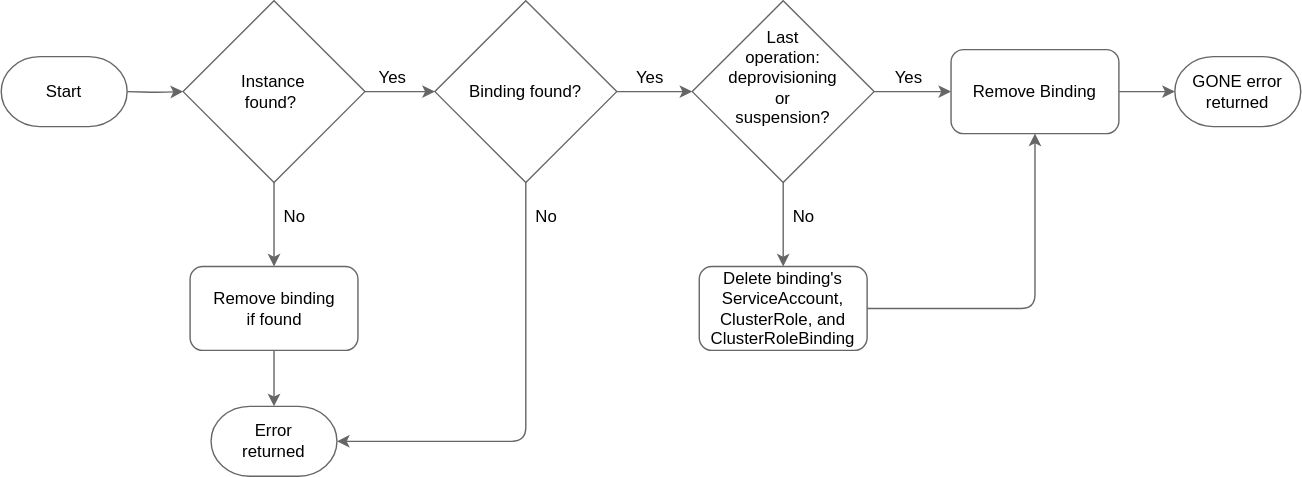
Earlier version of the draw.io export docs/assets/bindings-delete-flow.drawio.svg (ukff/kyma-environment-broker). Source tidied: cells renumbered, new cells last; positions are measured from the earlier drawing's top-left corner, leaving out a move shared by most shapes. The source it was exported from:
```xml
<mxGraphModel background="#ffffff">
  <root>
    <mxCell id="0" />
    <mxCell id="1" parent="0" />
    <mxCell id="2" style="edgeStyle=orthogonalEdgeStyle;rounded=1;jettySize=auto;html=1;entryX=0;entryY=0.5;entryDx=0;entryDy=0;curved=0;strokeColor=#666666;" parent="1" edge="1" source="4" target="14">
      <mxGeometry relative="1" as="geometry" />
    </mxCell>
    <mxCell id="3" style="edgeStyle=orthogonalEdgeStyle;rounded=1;jettySize=auto;html=1;curved=0;strokeColor=#666666;" parent="1" edge="1" source="4" target="16">
      <mxGeometry relative="1" as="geometry" />
    </mxCell>
    <mxCell id="4" style="rhombus;whiteSpace=wrap;html=1;strokeColor=#666666;fillStyle=solid;fillColor=#ffffff;" parent="1" vertex="1">
      <mxGeometry x="494" width="130" height="130" as="geometry" />
    </mxCell>
    <mxCell id="5" style="edgeStyle=orthogonalEdgeStyle;rounded=1;jettySize=auto;html=1;curved=0;strokeColor=#666666;" parent="1" edge="1" source="7" target="11">
      <mxGeometry relative="1" as="geometry" />
    </mxCell>
    <mxCell id="6" style="edgeStyle=orthogonalEdgeStyle;rounded=1;jettySize=auto;html=1;curved=0;strokeColor=#666666;" parent="1" edge="1" source="7" target="18">
      <mxGeometry relative="1" as="geometry" />
    </mxCell>
    <mxCell id="7" style="rhombus;whiteSpace=wrap;html=1;strokeColor=#666666;fillStyle=solid;fillColor=#ffffff;" parent="1" vertex="1">
      <mxGeometry x="130" width="130" height="130" as="geometry" />
    </mxCell>
    <mxCell id="8" value="Last operation:&lt;div&gt;deprovisioning or suspension?&lt;/div&gt;" style="text;html=1;align=center;verticalAlign=middle;whiteSpace=wrap;rounded=0;fontColor=#000000;" parent="1" vertex="1">
      <mxGeometry x="520.2" y="20" width="77.5" height="70" as="geometry" />
    </mxCell>
    <mxCell id="9" style="edgeStyle=orthogonalEdgeStyle;rounded=1;jettySize=auto;html=1;entryX=0;entryY=0.5;entryDx=0;entryDy=0;curved=0;strokeColor=#666666;" parent="1" edge="1" source="11" target="4">
      <mxGeometry relative="1" as="geometry" />
    </mxCell>
    <mxCell id="10" style="edgeStyle=orthogonalEdgeStyle;rounded=1;jettySize=auto;html=1;entryX=1;entryY=0.5;entryDx=0;entryDy=0;exitX=0.5;exitY=1;exitDx=0;exitDy=0;curved=0;strokeColor=#666666;entryPerimeter=0;" parent="1" edge="1" source="11" target="31">
      <mxGeometry relative="1" as="geometry" />
    </mxCell>
    <mxCell id="11" style="rhombus;whiteSpace=wrap;html=1;strokeColor=#666666;fillStyle=solid;fillColor=#ffffff;" parent="1" vertex="1">
      <mxGeometry x="310" width="130" height="130" as="geometry" />
    </mxCell>
    <mxCell id="12" style="edgeStyle=orthogonalEdgeStyle;rounded=1;jettySize=auto;html=1;entryX=0;entryY=0.5;entryDx=0;entryDy=0;curved=0;strokeColor=#666666;" parent="1" edge="1" target="7">
      <mxGeometry relative="1" as="geometry">
        <mxPoint x="90" y="65" as="sourcePoint" />
      </mxGeometry>
    </mxCell>
    <mxCell id="13" style="edgeStyle=orthogonalEdgeStyle;rounded=1;jettySize=auto;html=1;entryX=0;entryY=0.5;entryDx=0;entryDy=0;curved=0;strokeColor=#666666;" parent="1" edge="1" source="14">
      <mxGeometry relative="1" as="geometry">
        <mxPoint x="839" y="65" as="targetPoint" />
      </mxGeometry>
    </mxCell>
    <mxCell id="14" style="rounded=1;whiteSpace=wrap;html=1;strokeColor=#666666;fillStyle=solid;fillColor=#ffffff;" parent="1" vertex="1">
      <mxGeometry x="679" y="35" width="120" height="60" as="geometry" />
    </mxCell>
    <mxCell id="15" style="edgeStyle=orthogonalEdgeStyle;rounded=1;jettySize=auto;html=1;entryX=0.5;entryY=1;entryDx=0;entryDy=0;curved=0;strokeColor=#666666;" parent="1" edge="1" source="16" target="14">
      <mxGeometry relative="1" as="geometry" />
    </mxCell>
    <mxCell id="16" style="rounded=1;whiteSpace=wrap;html=1;strokeColor=#666666;fillStyle=solid;fillColor=#ffffff;" parent="1" vertex="1">
      <mxGeometry x="499" y="190" width="120" height="60" as="geometry" />
    </mxCell>
    <mxCell id="17" style="edgeStyle=orthogonalEdgeStyle;rounded=1;jettySize=auto;html=1;curved=0;strokeColor=#666666;" parent="1" edge="1" source="18">
      <mxGeometry relative="1" as="geometry">
        <mxPoint x="195" y="290" as="targetPoint" />
      </mxGeometry>
    </mxCell>
    <mxCell id="18" style="rounded=1;whiteSpace=wrap;html=1;strokeColor=#666666;fillStyle=solid;fillColor=#ffffff;" parent="1" vertex="1">
      <mxGeometry x="135" y="190" width="120" height="60" as="geometry" />
    </mxCell>
    <mxCell id="19" value="&amp;nbsp;Instance found?" style="text;html=1;align=center;verticalAlign=middle;whiteSpace=wrap;rounded=0;fontColor=#000000;" parent="1" vertex="1">
      <mxGeometry x="147.5" y="50" width="90" height="30" as="geometry" />
    </mxCell>
    <mxCell id="20" value="Binding found?" style="text;html=1;align=center;verticalAlign=middle;whiteSpace=wrap;rounded=0;fontColor=#000000;" parent="1" vertex="1">
      <mxGeometry x="330" y="50" width="90" height="30" as="geometry" />
    </mxCell>
    <mxCell id="21" value="Remove Binding" style="text;html=1;align=center;verticalAlign=middle;whiteSpace=wrap;rounded=0;fontColor=#000000;" parent="1" vertex="1">
      <mxGeometry x="689" y="50" width="100" height="30" as="geometry" />
    </mxCell>
    <mxCell id="22" value="Delete binding's ServiceAccount, ClusterRole, and ClusterRoleBinding" style="text;html=1;align=center;verticalAlign=middle;whiteSpace=wrap;rounded=0;fontColor=#000000;" parent="1" vertex="1">
      <mxGeometry x="504" y="195" width="110" height="50" as="geometry" />
    </mxCell>
    <mxCell id="23" value="Remove binding&lt;div&gt;if found&lt;/div&gt;" style="text;html=1;align=center;verticalAlign=middle;whiteSpace=wrap;rounded=0;fontColor=#000000;" parent="1" vertex="1">
      <mxGeometry x="147.5" y="202.5" width="95" height="35" as="geometry" />
    </mxCell>
    <mxCell id="24" value="Yes" style="text;html=1;align=center;verticalAlign=middle;whiteSpace=wrap;rounded=0;fontColor=#000000;" parent="1" vertex="1">
      <mxGeometry x="250" y="40" width="60" height="30" as="geometry" />
    </mxCell>
    <mxCell id="25" value="Yes" style="text;html=1;align=center;verticalAlign=middle;whiteSpace=wrap;rounded=0;fontColor=#000000;" parent="1" vertex="1">
      <mxGeometry x="434" y="40" width="60" height="30" as="geometry" />
    </mxCell>
    <mxCell id="26" value="Yes" style="text;html=1;align=center;verticalAlign=middle;whiteSpace=wrap;rounded=0;fontColor=#000000;" parent="1" vertex="1">
      <mxGeometry x="619" y="40" width="60" height="30" as="geometry" />
    </mxCell>
    <mxCell id="27" value="No" style="text;html=1;align=center;verticalAlign=middle;whiteSpace=wrap;rounded=0;fontColor=#000000;" parent="1" vertex="1">
      <mxGeometry x="544" y="140" width="60" height="30" as="geometry" />
    </mxCell>
    <mxCell id="28" value="No" style="text;html=1;align=center;verticalAlign=middle;whiteSpace=wrap;rounded=0;fontColor=#000000;" parent="1" vertex="1">
      <mxGeometry x="180" y="140" width="60" height="30" as="geometry" />
    </mxCell>
    <mxCell id="29" value="No" style="text;html=1;align=center;verticalAlign=middle;whiteSpace=wrap;rounded=0;fontColor=#000000;" parent="1" vertex="1">
      <mxGeometry x="360" y="140" width="60" height="30" as="geometry" />
    </mxCell>
    <mxCell id="30" value="GONE error returned" style="strokeWidth=1;html=1;shape=mxgraph.flowchart.terminator;whiteSpace=wrap;strokeColor=#666666;fillStyle=solid;fillColor=#ffffff;fontColor=#000000;" parent="1" vertex="1">
      <mxGeometry x="839" y="40" width="90" height="50" as="geometry" />
    </mxCell>
    <mxCell id="31" style="strokeWidth=1;html=1;shape=mxgraph.flowchart.terminator;whiteSpace=wrap;strokeColor=#666666;fillStyle=solid;fillColor=#ffffff;" parent="1" vertex="1">
      <mxGeometry x="150" y="290" width="90" height="50" as="geometry" />
    </mxCell>
    <mxCell id="32" value="Error returned" style="text;html=1;align=center;verticalAlign=middle;whiteSpace=wrap;rounded=0;fontColor=#000000;" parent="1" vertex="1">
      <mxGeometry x="165" y="300" width="60" height="30" as="geometry" />
    </mxCell>
    <mxCell id="33" value="Start" style="strokeWidth=1;html=1;shape=mxgraph.flowchart.terminator;whiteSpace=wrap;strokeColor=#666666;fillStyle=solid;fillColor=#ffffff;fontColor=#000000;" parent="1" vertex="1">
      <mxGeometry y="40" width="90" height="50" as="geometry" />
    </mxCell>
  </root>
</mxGraphModel>
```
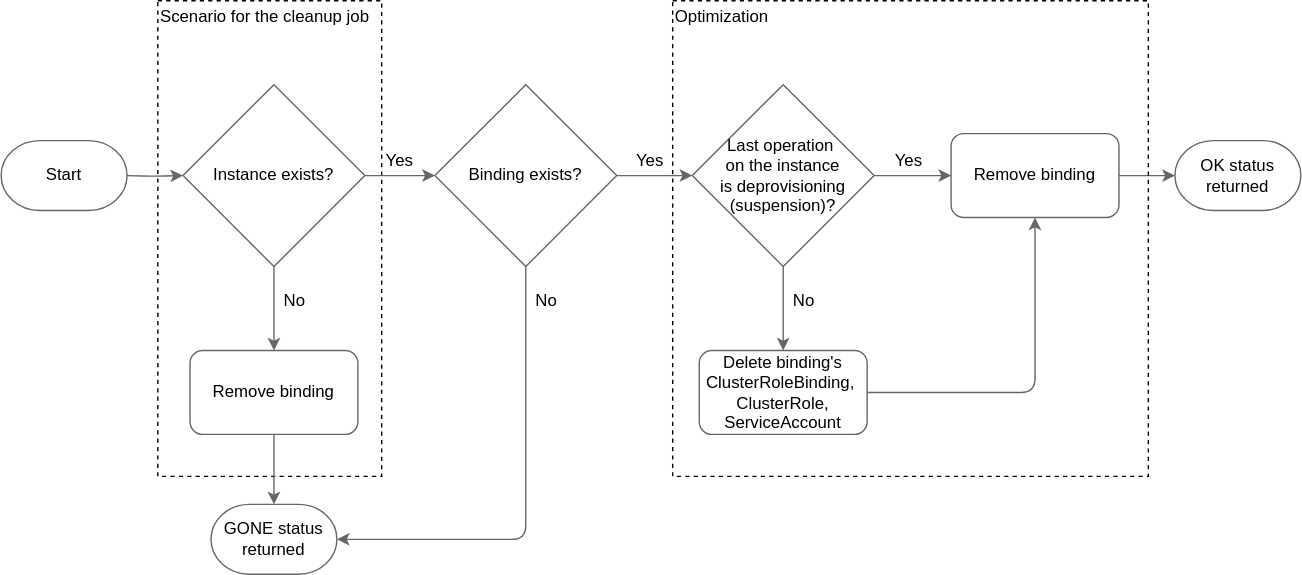
Above is the later version.

Commit message:
Fix Service Binding doc (#1558)

Change to the diagram source:
```diff
@@ -2,13 +2,16 @@
   <root>
     <mxCell id="0" />
     <mxCell id="1" parent="0" />
+    <mxCell id="34" value="Scenario for the cleanup job&lt;div&gt;&lt;br&gt;&lt;/div&gt;&lt;div&gt;&lt;br&gt;&lt;/div&gt;&lt;div&gt;&lt;br&gt;&lt;/div&gt;&lt;div&gt;&lt;br&gt;&lt;/div&gt;&lt;div&gt;&lt;br&gt;&lt;/div&gt;&lt;div&gt;&lt;br&gt;&lt;/div&gt;&lt;div&gt;&lt;br&gt;&lt;/div&gt;&lt;div&gt;&lt;br&gt;&lt;/div&gt;&lt;div&gt;&lt;br&gt;&lt;/div&gt;&lt;div&gt;&lt;br&gt;&lt;/div&gt;&lt;div&gt;&lt;br&gt;&lt;/div&gt;&lt;div&gt;&lt;br&gt;&lt;/div&gt;&lt;div&gt;&lt;br&gt;&lt;/div&gt;&lt;div&gt;&lt;br&gt;&lt;/div&gt;&lt;div&gt;&lt;br&gt;&lt;/div&gt;&lt;div&gt;&lt;br&gt;&lt;/div&gt;&lt;div&gt;&lt;br&gt;&lt;/div&gt;&lt;div&gt;&lt;br&gt;&lt;/div&gt;&lt;div&gt;&lt;br&gt;&lt;/div&gt;&lt;div&gt;&lt;br&gt;&lt;/div&gt;&lt;div&gt;&lt;br&gt;&lt;/div&gt;&lt;div&gt;&lt;br&gt;&lt;/div&gt;" style="rounded=0;whiteSpace=wrap;html=1;fillColor=none;dashed=1;align=left;" parent="1" vertex="1">
+      <mxGeometry x="112" y="-60" width="160" height="340" as="geometry" />
+    </mxCell>
     <mxCell id="2" style="edgeStyle=orthogonalEdgeStyle;rounded=1;jettySize=auto;html=1;entryX=0;entryY=0.5;entryDx=0;entryDy=0;curved=0;strokeColor=#666666;" parent="1" edge="1" source="4" target="14">
       <mxGeometry relative="1" as="geometry" />
     </mxCell>
     <mxCell id="3" style="edgeStyle=orthogonalEdgeStyle;rounded=1;jettySize=auto;html=1;curved=0;strokeColor=#666666;" parent="1" edge="1" source="4" target="16">
       <mxGeometry relative="1" as="geometry" />
     </mxCell>
-    <mxCell id="4" style="rhombus;whiteSpace=wrap;html=1;strokeColor=#666666;fillStyle=solid;fillColor=#ffffff;" parent="1" vertex="1">
+    <mxCell id="4" value="&lt;div style=&quot;&quot;&gt;&lt;span style=&quot;background-color: initial;&quot;&gt;Last operation&amp;nbsp;&lt;/span&gt;&lt;/div&gt;&lt;div style=&quot;&quot;&gt;&lt;span style=&quot;background-color: initial;&quot;&gt;on the instance&lt;/span&gt;&lt;/div&gt;&lt;div&gt;is deprovisioning (suspension)?&lt;/div&gt;" style="rhombus;whiteSpace=wrap;html=1;strokeColor=#666666;fillStyle=solid;fillColor=#ffffff;" parent="1" vertex="1">
       <mxGeometry x="494" width="130" height="130" as="geometry" />
     </mxCell>
     <mxCell id="5" style="edgeStyle=orthogonalEdgeStyle;rounded=1;jettySize=auto;html=1;curved=0;strokeColor=#666666;" parent="1" edge="1" source="7" target="11">
@@ -17,19 +20,13 @@
     <mxCell id="6" style="edgeStyle=orthogonalEdgeStyle;rounded=1;jettySize=auto;html=1;curved=0;strokeColor=#666666;" parent="1" edge="1" source="7" target="18">
       <mxGeometry relative="1" as="geometry" />
     </mxCell>
-    <mxCell id="7" style="rhombus;whiteSpace=wrap;html=1;strokeColor=#666666;fillStyle=solid;fillColor=#ffffff;" parent="1" vertex="1">
+    <mxCell id="7" value="Instance exists?" style="rhombus;whiteSpace=wrap;html=1;strokeColor=#666666;fillStyle=solid;fillColor=#ffffff;" parent="1" vertex="1">
       <mxGeometry x="130" width="130" height="130" as="geometry" />
     </mxCell>
-    <mxCell id="8" value="Last operation:&lt;div&gt;deprovisioning or suspension?&lt;/div&gt;" style="text;html=1;align=center;verticalAlign=middle;whiteSpace=wrap;rounded=0;fontColor=#000000;" parent="1" vertex="1">
-      <mxGeometry x="520.2" y="20" width="77.5" height="70" as="geometry" />
-    </mxCell>
     <mxCell id="9" style="edgeStyle=orthogonalEdgeStyle;rounded=1;jettySize=auto;html=1;entryX=0;entryY=0.5;entryDx=0;entryDy=0;curved=0;strokeColor=#666666;" parent="1" edge="1" source="11" target="4">
       <mxGeometry relative="1" as="geometry" />
     </mxCell>
-    <mxCell id="10" style="edgeStyle=orthogonalEdgeStyle;rounded=1;jettySize=auto;html=1;entryX=1;entryY=0.5;entryDx=0;entryDy=0;exitX=0.5;exitY=1;exitDx=0;exitDy=0;curved=0;strokeColor=#666666;entryPerimeter=0;" parent="1" edge="1" source="11" target="31">
-      <mxGeometry relative="1" as="geometry" />
-    </mxCell>
-    <mxCell id="11" style="rhombus;whiteSpace=wrap;html=1;strokeColor=#666666;fillStyle=solid;fillColor=#ffffff;" parent="1" vertex="1">
+    <mxCell id="11" value="Binding exists?" style="rhombus;whiteSpace=wrap;html=1;strokeColor=#666666;fillStyle=solid;fillColor=#ffffff;" parent="1" vertex="1">
       <mxGeometry x="310" width="130" height="130" as="geometry" />
     </mxCell>
     <mxCell id="12" style="edgeStyle=orthogonalEdgeStyle;rounded=1;jettySize=auto;html=1;entryX=0;entryY=0.5;entryDx=0;entryDy=0;curved=0;strokeColor=#666666;" parent="1" edge="1" target="7">
@@ -42,40 +39,20 @@
         <mxPoint x="839" y="65" as="targetPoint" />
       </mxGeometry>
     </mxCell>
-    <mxCell id="14" style="rounded=1;whiteSpace=wrap;html=1;strokeColor=#666666;fillStyle=solid;fillColor=#ffffff;" parent="1" vertex="1">
+    <mxCell id="14" value="Remove binding" style="rounded=1;whiteSpace=wrap;html=1;strokeColor=#666666;fillStyle=solid;fillColor=#ffffff;" parent="1" vertex="1">
       <mxGeometry x="679" y="35" width="120" height="60" as="geometry" />
     </mxCell>
     <mxCell id="15" style="edgeStyle=orthogonalEdgeStyle;rounded=1;jettySize=auto;html=1;entryX=0.5;entryY=1;entryDx=0;entryDy=0;curved=0;strokeColor=#666666;" parent="1" edge="1" source="16" target="14">
       <mxGeometry relative="1" as="geometry" />
     </mxCell>
-    <mxCell id="16" style="rounded=1;whiteSpace=wrap;html=1;strokeColor=#666666;fillStyle=solid;fillColor=#ffffff;" parent="1" vertex="1">
+    <mxCell id="16" value="Delete binding's&lt;br&gt;&lt;div&gt;&lt;span style=&quot;background-color: initial;&quot;&gt;ClusterRoleBinding,&lt;/span&gt;&amp;nbsp;&lt;/div&gt;&lt;div&gt;ClusterRole,&lt;/div&gt;&lt;div&gt;&lt;span style=&quot;background-color: initial;&quot;&gt;ServiceAccount&lt;/span&gt;&lt;/div&gt;" style="rounded=1;whiteSpace=wrap;html=1;strokeColor=#666666;fillStyle=solid;fillColor=#ffffff;" parent="1" vertex="1">
       <mxGeometry x="499" y="190" width="120" height="60" as="geometry" />
     </mxCell>
-    <mxCell id="17" style="edgeStyle=orthogonalEdgeStyle;rounded=1;jettySize=auto;html=1;curved=0;strokeColor=#666666;" parent="1" edge="1" source="18">
-      <mxGeometry relative="1" as="geometry">
-        <mxPoint x="195" y="290" as="targetPoint" />
-      </mxGeometry>
-    </mxCell>
-    <mxCell id="18" style="rounded=1;whiteSpace=wrap;html=1;strokeColor=#666666;fillStyle=solid;fillColor=#ffffff;" parent="1" vertex="1">
+    <mxCell id="18" value="Remove binding" style="rounded=1;whiteSpace=wrap;html=1;strokeColor=#666666;fillStyle=solid;fillColor=#ffffff;" parent="1" vertex="1">
       <mxGeometry x="135" y="190" width="120" height="60" as="geometry" />
     </mxCell>
-    <mxCell id="19" value="&amp;nbsp;Instance found?" style="text;html=1;align=center;verticalAlign=middle;whiteSpace=wrap;rounded=0;fontColor=#000000;" parent="1" vertex="1">
-      <mxGeometry x="147.5" y="50" width="90" height="30" as="geometry" />
-    </mxCell>
-    <mxCell id="20" value="Binding found?" style="text;html=1;align=center;verticalAlign=middle;whiteSpace=wrap;rounded=0;fontColor=#000000;" parent="1" vertex="1">
-      <mxGeometry x="330" y="50" width="90" height="30" as="geometry" />
-    </mxCell>
-    <mxCell id="21" value="Remove Binding" style="text;html=1;align=center;verticalAlign=middle;whiteSpace=wrap;rounded=0;fontColor=#000000;" parent="1" vertex="1">
-      <mxGeometry x="689" y="50" width="100" height="30" as="geometry" />
-    </mxCell>
-    <mxCell id="22" value="Delete binding's ServiceAccount, ClusterRole, and ClusterRoleBinding" style="text;html=1;align=center;verticalAlign=middle;whiteSpace=wrap;rounded=0;fontColor=#000000;" parent="1" vertex="1">
-      <mxGeometry x="504" y="195" width="110" height="50" as="geometry" />
-    </mxCell>
-    <mxCell id="23" value="Remove binding&lt;div&gt;if found&lt;/div&gt;" style="text;html=1;align=center;verticalAlign=middle;whiteSpace=wrap;rounded=0;fontColor=#000000;" parent="1" vertex="1">
-      <mxGeometry x="147.5" y="202.5" width="95" height="35" as="geometry" />
-    </mxCell>
     <mxCell id="24" value="Yes" style="text;html=1;align=center;verticalAlign=middle;whiteSpace=wrap;rounded=0;fontColor=#000000;" parent="1" vertex="1">
-      <mxGeometry x="250" y="40" width="60" height="30" as="geometry" />
+      <mxGeometry x="255" y="40" width="60" height="30" as="geometry" />
     </mxCell>
     <mxCell id="25" value="Yes" style="text;html=1;align=center;verticalAlign=middle;whiteSpace=wrap;rounded=0;fontColor=#000000;" parent="1" vertex="1">
       <mxGeometry x="434" y="40" width="60" height="30" as="geometry" />
@@ -92,17 +69,23 @@
     <mxCell id="29" value="No" style="text;html=1;align=center;verticalAlign=middle;whiteSpace=wrap;rounded=0;fontColor=#000000;" parent="1" vertex="1">
       <mxGeometry x="360" y="140" width="60" height="30" as="geometry" />
     </mxCell>
-    <mxCell id="30" value="GONE error returned" style="strokeWidth=1;html=1;shape=mxgraph.flowchart.terminator;whiteSpace=wrap;strokeColor=#666666;fillStyle=solid;fillColor=#ffffff;fontColor=#000000;" parent="1" vertex="1">
+    <mxCell id="30" value="OK status returned" style="strokeWidth=1;html=1;shape=mxgraph.flowchart.terminator;whiteSpace=wrap;strokeColor=#666666;fillStyle=solid;fillColor=#ffffff;fontColor=#000000;" parent="1" vertex="1">
       <mxGeometry x="839" y="40" width="90" height="50" as="geometry" />
     </mxCell>
-    <mxCell id="31" style="strokeWidth=1;html=1;shape=mxgraph.flowchart.terminator;whiteSpace=wrap;strokeColor=#666666;fillStyle=solid;fillColor=#ffffff;" parent="1" vertex="1">
-      <mxGeometry x="150" y="290" width="90" height="50" as="geometry" />
+    <mxCell id="31" value="GONE status returned" style="strokeWidth=1;html=1;shape=mxgraph.flowchart.terminator;whiteSpace=wrap;strokeColor=#666666;fillStyle=solid;fillColor=#ffffff;" parent="1" vertex="1">
+      <mxGeometry x="150" y="300" width="90" height="50" as="geometry" />
     </mxCell>
-    <mxCell id="32" value="Error returned" style="text;html=1;align=center;verticalAlign=middle;whiteSpace=wrap;rounded=0;fontColor=#000000;" parent="1" vertex="1">
-      <mxGeometry x="165" y="300" width="60" height="30" as="geometry" />
-    </mxCell>
     <mxCell id="33" value="Start" style="strokeWidth=1;html=1;shape=mxgraph.flowchart.terminator;whiteSpace=wrap;strokeColor=#666666;fillStyle=solid;fillColor=#ffffff;fontColor=#000000;" parent="1" vertex="1">
       <mxGeometry y="40" width="90" height="50" as="geometry" />
     </mxCell>
+    <mxCell id="10" style="edgeStyle=orthogonalEdgeStyle;rounded=1;jettySize=auto;html=1;exitX=0.5;exitY=1;exitDx=0;exitDy=0;entryX=1;entryY=0.5;entryDx=0;entryDy=0;entryPerimeter=0;curved=0;strokeColor=#666666;" parent="1" edge="1" source="11" target="31">
+      <mxGeometry relative="1" as="geometry" />
+    </mxCell>
+    <mxCell id="35" value="Optimization&lt;div&gt;&lt;br&gt;&lt;/div&gt;&lt;div&gt;&lt;br&gt;&lt;/div&gt;&lt;div&gt;&lt;br&gt;&lt;/div&gt;&lt;div&gt;&lt;br&gt;&lt;/div&gt;&lt;div&gt;&lt;br&gt;&lt;/div&gt;&lt;div&gt;&lt;br&gt;&lt;/div&gt;&lt;div&gt;&lt;br&gt;&lt;/div&gt;&lt;div&gt;&lt;br&gt;&lt;/div&gt;&lt;div&gt;&lt;br&gt;&lt;/div&gt;&lt;div&gt;&lt;br&gt;&lt;/div&gt;&lt;div&gt;&lt;br&gt;&lt;/div&gt;&lt;div&gt;&lt;br&gt;&lt;/div&gt;&lt;div&gt;&lt;br&gt;&lt;/div&gt;&lt;div&gt;&lt;br&gt;&lt;/div&gt;&lt;div&gt;&lt;br&gt;&lt;/div&gt;&lt;div&gt;&lt;br&gt;&lt;/div&gt;&lt;div&gt;&lt;br&gt;&lt;/div&gt;&lt;div&gt;&lt;br&gt;&lt;/div&gt;&lt;div&gt;&lt;br&gt;&lt;/div&gt;&lt;div&gt;&lt;br&gt;&lt;/div&gt;&lt;div&gt;&lt;br&gt;&lt;/div&gt;&lt;div&gt;&lt;br&gt;&lt;/div&gt;" style="rounded=0;whiteSpace=wrap;html=1;fillColor=none;dashed=1;align=left;" parent="1" vertex="1">
+      <mxGeometry x="480" y="-60" width="340" height="340" as="geometry" />
+    </mxCell>
+    <mxCell id="36" style="edgeStyle=orthogonalEdgeStyle;rounded=1;jettySize=auto;html=1;exitX=0.5;exitY=1;exitDx=0;exitDy=0;entryX=0.5;entryY=0;entryDx=0;entryDy=0;entryPerimeter=0;curved=0;strokeColor=#666666;" parent="1" edge="1" source="18" target="31">
+      <mxGeometry relative="1" as="geometry" />
+    </mxCell>
   </root>
 </mxGraphModel>
```
